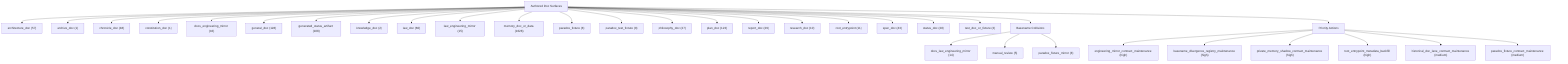
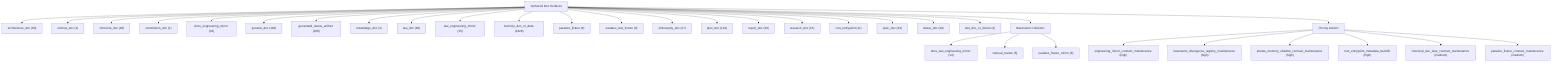
graph TD
    root["Authored Doc Surfaces"]
-     category_architecture_doc["architecture_doc (57)"]
+     category_architecture_doc["architecture_doc (63)"]
    root --> category_architecture_doc
    category_archive_doc["archive_doc (1)"]
    root --> category_archive_doc
    category_chronicle_doc["chronicle_doc (48)"]
    root --> category_chronicle_doc
    category_constitution_doc["constitution_doc (1)"]
    root --> category_constitution_doc
    category_docs_engineering_mirror["docs_engineering_mirror (16)"]
    root --> category_docs_engineering_mirror
    category_general_doc["general_doc (128)"]
    root --> category_general_doc
    category_generated_status_artifact["generated_status_artifact (108)"]
    root --> category_generated_status_artifact
    category_knowledge_doc["knowledge_doc (2)"]
    root --> category_knowledge_doc
    category_law_doc["law_doc (60)"]
    root --> category_law_doc
    category_law_engineering_mirror["law_engineering_mirror (15)"]
    root --> category_law_engineering_mirror
    category_memory_doc_or_data["memory_doc_or_data (1628)"]
    root --> category_memory_doc_or_data
    category_paradox_fixture["paradox_fixture (8)"]
    root --> category_paradox_fixture
    category_paradox_test_fixture["paradox_test_fixture (8)"]
    root --> category_paradox_test_fixture
    category_philosophy_doc["philosophy_doc (27)"]
    root --> category_philosophy_doc
-     category_plan_doc["plan_doc (123)"]
+     category_plan_doc["plan_doc (142)"]
    root --> category_plan_doc
    category_report_doc["report_doc (29)"]
    root --> category_report_doc
-     category_research_doc["research_doc (10)"]
+     category_research_doc["research_doc (15)"]
    root --> category_research_doc
    category_root_entrypoint["root_entrypoint (11)"]
    root --> category_root_entrypoint
    category_spec_doc["spec_doc (43)"]
    root --> category_spec_doc
    category_status_doc["status_doc (28)"]
    root --> category_status_doc
    category_test_doc_or_fixture["test_doc_or_fixture (3)"]
    root --> category_test_doc_or_fixture
    collisions["Basename Collisions"]
    root --> collisions
    family_docs_law_engineering_mirror["docs_law_engineering_mirror (14)"]
    collisions --> family_docs_law_engineering_mirror
    family_manual_review["manual_review (5)"]
    collisions --> family_manual_review
    family_paradox_fixture_mirror["paradox_fixture_mirror (8)"]
    collisions --> family_paradox_fixture_mirror
    priorities["Priority Actions"]
    root --> priorities
    priority_engineering_mirror_contract_maintenance["engineering_mirror_contract_maintenance (high)"]
    priorities --> priority_engineering_mirror_contract_maintenance
    priority_basename_divergence_registry_maintenance["basename_divergence_registry_maintenance (high)"]
    priorities --> priority_basename_divergence_registry_maintenance
    priority_private_memory_shadow_contract_maintenance["private_memory_shadow_contract_maintenance (high)"]
    priorities --> priority_private_memory_shadow_contract_maintenance
    priority_root_entrypoint_metadata_backfill["root_entrypoint_metadata_backfill (high)"]
    priorities --> priority_root_entrypoint_metadata_backfill
    priority_historical_doc_lane_contract_maintenance["historical_doc_lane_contract_maintenance (medium)"]
    priorities --> priority_historical_doc_lane_contract_maintenance
    priority_paradox_fixture_contract_maintenance["paradox_fixture_contract_maintenance (medium)"]
    priorities --> priority_paradox_fixture_contract_maintenance
